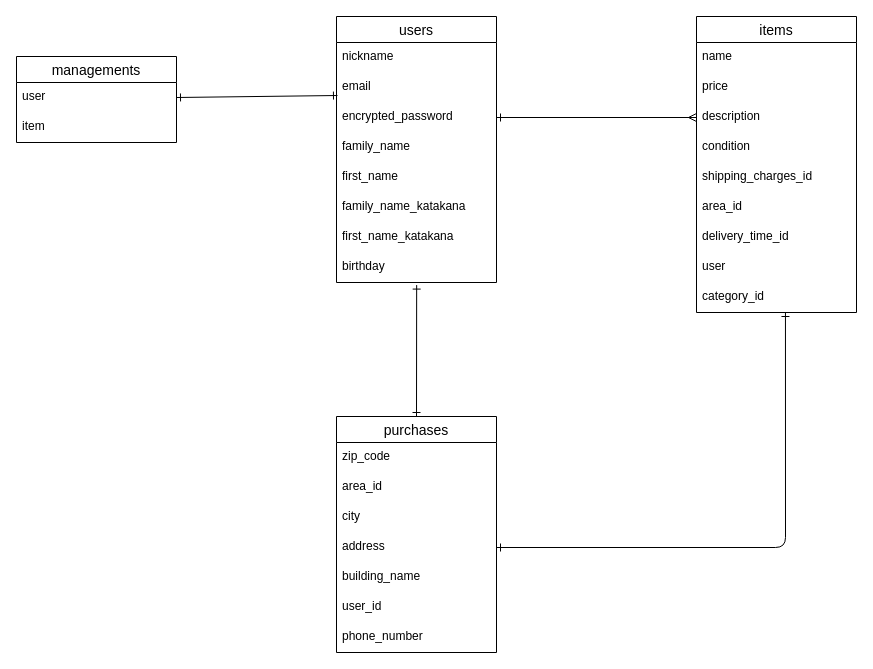
The draw.io diagram furima.dio in knskymsk/furima-39348, before the edit. Source tidied: cells renumbered, new cells numbered last; positions are measured from the earlier drawing's top-left corner, leaving out a move shared by most shapes. Both pictures are drawn from the tidied source at 100%, with x=0, y=0 at pixel (16, 16).
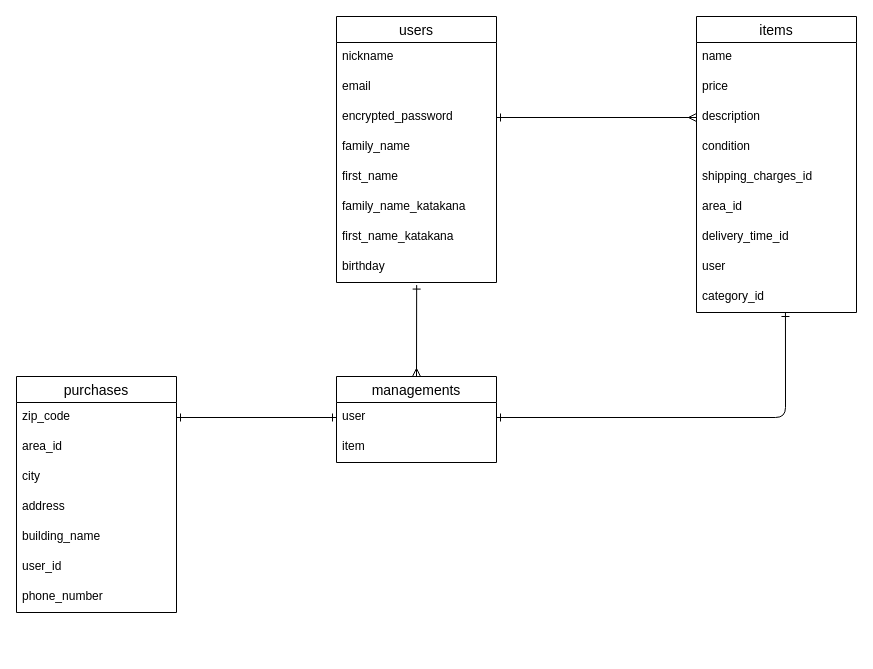
Above is the later version.

Commit message (it also covers changes not shown here):
アソシエーション修正

Unchanged cells that the change refers to:
```xml
<mxCell id="4" value="email" style="text;strokeColor=none;fillColor=none;spacingLeft=4;spacingRight=4;overflow=hidden;points=[[0,0.5],[1,0.5]];portConstraint=eastwest;fontSize=12;" parent="2" vertex="1">
  <mxGeometry y="56" width="160" height="30" as="geometry" />
</mxCell>
<mxCell id="10" value="birthday" style="text;strokeColor=none;fillColor=none;spacingLeft=4;spacingRight=4;overflow=hidden;points=[[0,0.5],[1,0.5]];portConstraint=eastwest;fontSize=12;" parent="2" vertex="1">
  <mxGeometry y="236" width="160" height="30" as="geometry" />
</mxCell>
<mxCell id="20" value="category_id" style="text;strokeColor=none;fillColor=none;spacingLeft=4;spacingRight=4;overflow=hidden;points=[[0,0.5],[1,0.5]];portConstraint=eastwest;fontSize=12;" parent="11" vertex="1">
  <mxGeometry y="266" width="160" height="30" as="geometry" />
</mxCell>
<mxCell id="22" value="zip_code" style="text;strokeColor=none;fillColor=none;spacingLeft=4;spacingRight=4;overflow=hidden;points=[[0,0.5],[1,0.5]];portConstraint=eastwest;fontSize=12;" parent="21" vertex="1">
  <mxGeometry y="26" width="160" height="30" as="geometry" />
</mxCell>
<mxCell id="25" value="address" style="text;strokeColor=none;fillColor=none;spacingLeft=4;spacingRight=4;overflow=hidden;points=[[0,0.5],[1,0.5]];portConstraint=eastwest;fontSize=12;" parent="21" vertex="1">
  <mxGeometry y="116" width="160" height="30" as="geometry" />
</mxCell>
<mxCell id="31" value="user" style="text;strokeColor=none;fillColor=none;spacingLeft=4;spacingRight=4;overflow=hidden;points=[[0,0.5],[1,0.5]];portConstraint=eastwest;fontSize=12;" parent="30" vertex="1">
  <mxGeometry y="26" width="160" height="30" as="geometry" />
</mxCell>
```

Diff of the diagram source:
```diff
@@
     <mxCell id="21" value="purchases" style="swimlane;fontStyle=0;horizontal=1;startSize=26;align=center;fontSize=14;" parent="1" vertex="1">
-      <mxGeometry x="320" y="400" width="160" height="236" as="geometry" />
+      <mxGeometry y="360" width="160" height="236" as="geometry" />
     </mxCell>
@@
-    <mxCell id="29" style="fontSize=12;html=1;endArrow=ERone;startArrow=ERone;entryX=0.501;entryY=1.086;entryDx=0;entryDy=0;exitX=0.5;exitY=0;exitDx=0;exitDy=0;entryPerimeter=0;startFill=0;endFill=0;" parent="1" edge="1" source="21" target="10">
+    <mxCell id="29" style="fontSize=12;html=1;endArrow=ERone;startArrow=ERmany;entryX=0.501;entryY=1.086;entryDx=0;entryDy=0;entryPerimeter=0;startFill=0;endFill=0;exitX=0.5;exitY=0;exitDx=0;exitDy=0;" parent="1" edge="1" source="30" target="10">
       <mxGeometry relative="1" as="geometry" />
     </mxCell>
     <mxCell id="30" value="managements" style="swimlane;fontStyle=0;horizontal=1;startSize=26;align=center;fontSize=14;" parent="1" vertex="1">
-      <mxGeometry y="40" width="160" height="86" as="geometry" />
+      <mxGeometry x="320" y="360" width="160" height="86" as="geometry" />
     </mxCell>
@@
-    <mxCell id="33" style="fontSize=12;html=1;endArrow=ERone;endFill=1;startArrow=ERone;startFill=0;exitX=1;exitY=0.5;exitDx=0;exitDy=0;entryX=0.006;entryY=0.767;entryDx=0;entryDy=0;entryPerimeter=0;" parent="1" edge="1" source="31" target="4">
-      <mxGeometry relative="1" as="geometry" />
-    </mxCell>
@@
-    <mxCell id="35" style="edgeStyle=orthogonalEdgeStyle;fontSize=12;html=1;endArrow=ERone;endFill=0;exitX=1;exitY=0.5;exitDx=0;exitDy=0;entryX=0.556;entryY=1;entryDx=0;entryDy=0;entryPerimeter=0;startArrow=ERone;startFill=0;" parent="1" edge="1" source="25" target="20">
+    <mxCell id="35" style="edgeStyle=orthogonalEdgeStyle;fontSize=12;html=1;endArrow=ERone;endFill=0;entryX=0.556;entryY=1;entryDx=0;entryDy=0;entryPerimeter=0;startArrow=ERone;startFill=0;exitX=1;exitY=0.5;exitDx=0;exitDy=0;" parent="1" edge="1" source="31" target="20">
       <mxGeometry relative="1" as="geometry" />
     </mxCell>
+    <mxCell id="36" style="fontSize=12;html=1;endArrow=ERone;endFill=1;entryX=0;entryY=0.5;entryDx=0;entryDy=0;exitX=1;exitY=0.5;exitDx=0;exitDy=0;startArrow=ERone;startFill=0;" parent="1" edge="1" source="22" target="31">
+      <mxGeometry relative="1" as="geometry" />
+    </mxCell>
```
